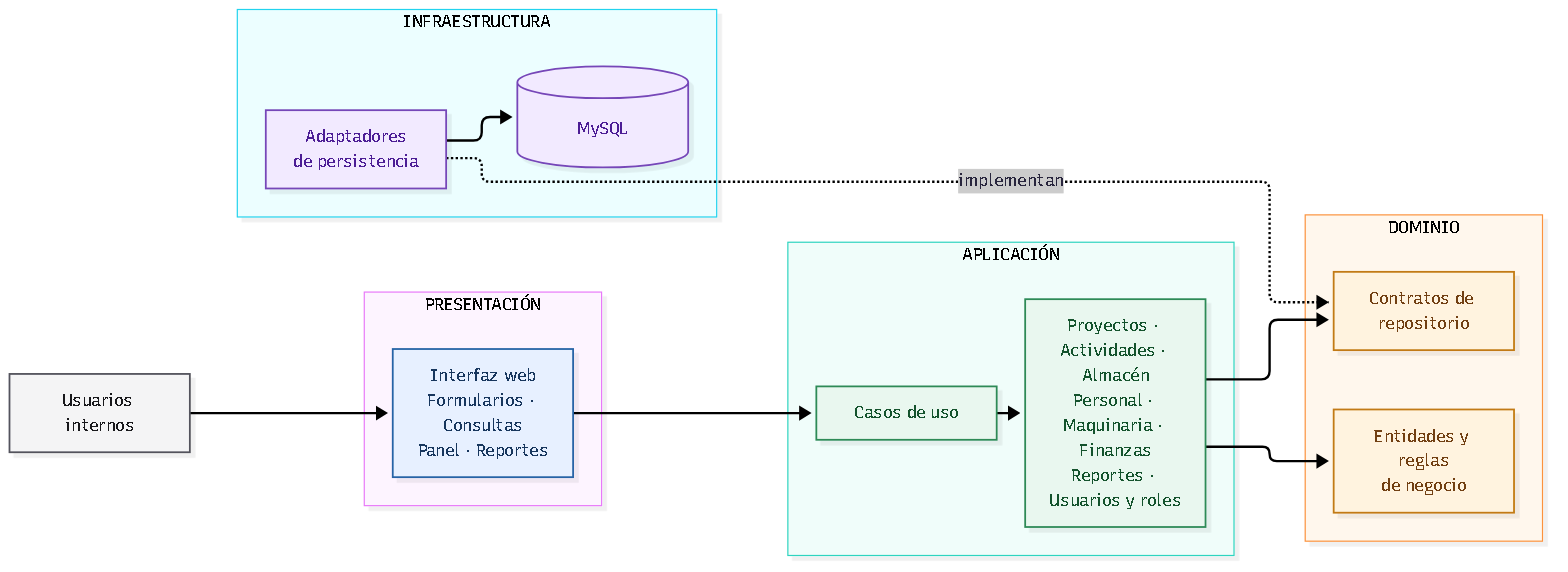
Above: img/estilo-monolito-capas.png in dostinarroyo/Constructora-arquitSoft-02-Dostin_Arroyo (Mermaid), before the change. Its source is kept beside it as img/fuentes/estilo-monolito-capas.mmd. Its diagram source:
```mermaid
flowchart LR
    browser["Usuarios internos"]

    subgraph presentation["PRESENTACIÓN"]
        direction TB
        ui["Interfaz web<br/>Formularios · Consultas<br/>Panel · Reportes"]
    end

    subgraph application["APLICACIÓN"]
        direction TB
        usecases["Casos de uso"]
        modules["Proyectos · Actividades · Almacén<br/>Personal · Maquinaria · Finanzas<br/>Reportes · Usuarios y roles"]
        usecases --> modules
    end

    subgraph domain["DOMINIO"]
        direction TB
        rules["Entidades y reglas<br/>de negocio"]
        ports["Contratos de repositorio"]
    end

    subgraph infrastructure["INFRAESTRUCTURA"]
        direction TB
        adapters["Adaptadores<br/>de persistencia"]
        db[("MySQL")]
        adapters --> db
    end

    browser --> ui --> usecases
    modules --> rules
    modules --> ports
    adapters -. "implementan" .-> ports

    classDef user fill:#f4f4f5,stroke:#52525b,color:#18181b,stroke-width:1.5px
    classDef presentationStyle fill:#e7f0ff,stroke:#2563a6,color:#17365d,stroke-width:1.5px
    classDef applicationStyle fill:#e9f7ef,stroke:#2d8a57,color:#14532d,stroke-width:1.5px
    classDef domainStyle fill:#fff3df,stroke:#c27a12,color:#713f12,stroke-width:1.5px
    classDef infrastructureStyle fill:#f2eaff,stroke:#7646b8,color:#4c1d95,stroke-width:1.5px

    class browser user
    class ui presentationStyle
    class usecases,modules applicationStyle
    class rules,ports domainStyle
    class adapters,db infrastructureStyle
```
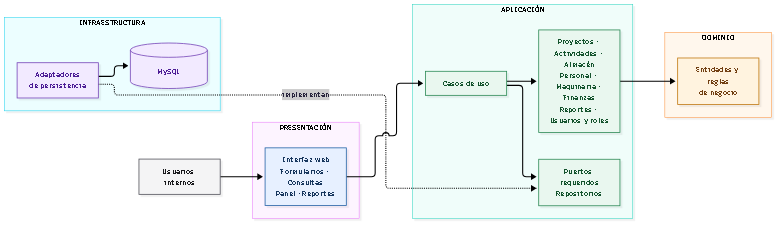
The same file after the commit.

What changed in the source:
```diff
@@ -9,14 +9,15 @@
     subgraph application["APLICACIÓN"]
         direction TB
         usecases["Casos de uso"]
+        ports["Puertos requeridos<br/>Repositorios"]
         modules["Proyectos · Actividades · Almacén<br/>Personal · Maquinaria · Finanzas<br/>Reportes · Usuarios y roles"]
         usecases --> modules
+        usecases --> ports
     end
 
     subgraph domain["DOMINIO"]
         direction TB
         rules["Entidades y reglas<br/>de negocio"]
-        ports["Contratos de repositorio"]
     end
 
     subgraph infrastructure["INFRAESTRUCTURA"]
@@ -28,7 +29,6 @@
 
     browser --> ui --> usecases
     modules --> rules
-    modules --> ports
     adapters -. "implementan" .-> ports
 
     classDef user fill:#f4f4f5,stroke:#52525b,color:#18181b,stroke-width:1.5px
@@ -40,5 +40,6 @@
     class browser user
     class ui presentationStyle
     class usecases,modules applicationStyle
-    class rules,ports domainStyle
+    class rules domainStyle
+    class ports applicationStyle
     class adapters,db infrastructureStyle
```
